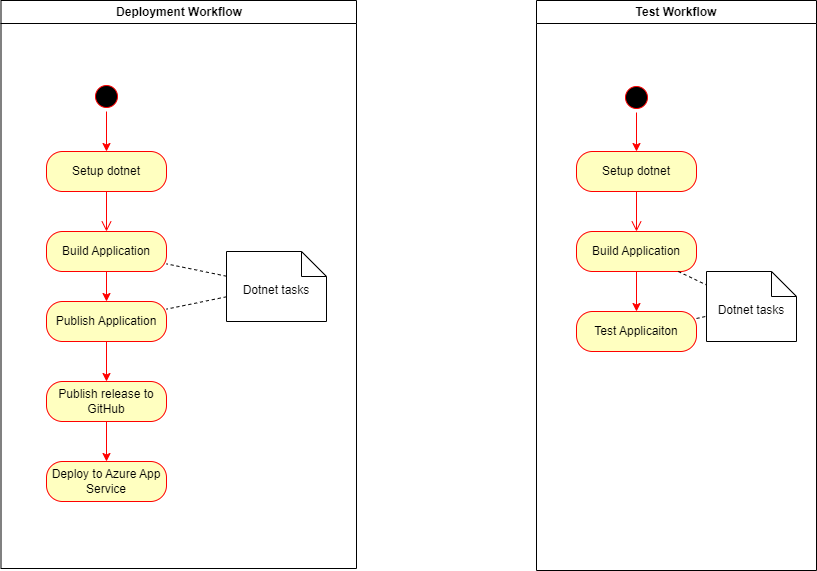
Earlier version of the draw.io export docs/images/WorkflowActivity.drawio.png (ITU-BDSA23-GROUP21/Chirp). Source tidied: cells renumbered, new cells last; positions are measured from the earlier drawing's top-left corner, leaving out a move shared by most shapes.
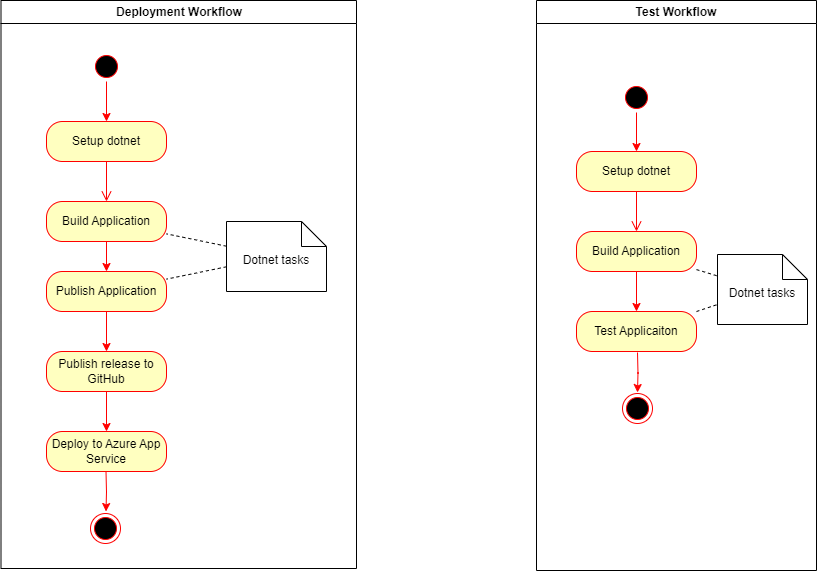
Above is the later version.

Change to the diagram source:
```diff
@@ -6,7 +6,7 @@
       <mxGeometry x="0.5" width="355.5" height="568" as="geometry" />
     </mxCell>
     <mxCell id="3" value="Setup dotnet" style="rounded=1;whiteSpace=wrap;html=1;arcSize=40;fontColor=#000000;fillColor=#ffffc0;strokeColor=#ff0000;" parent="2" vertex="1">
-      <mxGeometry x="45.5" y="151" width="120" height="40" as="geometry" />
+      <mxGeometry x="45.5" y="121" width="120" height="40" as="geometry" />
     </mxCell>
     <mxCell id="4" style="edgeStyle=orthogonalEdgeStyle;html=1;verticalAlign=bottom;endArrow=open;endSize=8;strokeColor=#ff0000;rounded=0;" parent="2" edge="1" source="3" target="6">
       <mxGeometry relative="1" as="geometry" />
@@ -15,22 +15,22 @@
       <mxGeometry relative="1" as="geometry" />
     </mxCell>
     <mxCell id="6" value="Build Application" style="rounded=1;whiteSpace=wrap;html=1;arcSize=40;fontColor=#000000;fillColor=#ffffc0;strokeColor=#ff0000;" parent="2" vertex="1">
-      <mxGeometry x="45.5" y="231" width="120" height="40" as="geometry" />
+      <mxGeometry x="45.5" y="201" width="120" height="40" as="geometry" />
     </mxCell>
     <mxCell id="7" value="Publish Application" style="rounded=1;whiteSpace=wrap;html=1;arcSize=40;fontColor=#000000;fillColor=#ffffc0;strokeColor=#ff0000;" parent="2" vertex="1">
-      <mxGeometry x="45.5" y="301" width="120" height="40" as="geometry" />
+      <mxGeometry x="45.5" y="271" width="120" height="40" as="geometry" />
     </mxCell>
     <mxCell id="8" value="Dotnet tasks" style="shape=note2;boundedLbl=1;whiteSpace=wrap;html=1;size=25;verticalAlign=top;align=center;" parent="2" vertex="1">
-      <mxGeometry x="225.5" y="251" width="100" height="70" as="geometry" />
+      <mxGeometry x="225.5" y="221" width="100" height="70" as="geometry" />
     </mxCell>
     <mxCell id="9" value="Publish release to GitHub" style="rounded=1;whiteSpace=wrap;html=1;arcSize=40;fontColor=#000000;fillColor=#ffffc0;strokeColor=#ff0000;" parent="2" vertex="1">
-      <mxGeometry x="45.5" y="381" width="120" height="40" as="geometry" />
+      <mxGeometry x="45.5" y="351" width="120" height="40" as="geometry" />
     </mxCell>
     <mxCell id="10" style="edgeStyle=orthogonalEdgeStyle;rounded=0;jettySize=auto;html=1;strokeColor=#FF0000;" parent="2" edge="1" source="7" target="9">
       <mxGeometry relative="1" as="geometry" />
     </mxCell>
     <mxCell id="11" value="Deploy to Azure App Service" style="rounded=1;whiteSpace=wrap;html=1;arcSize=40;fontColor=#000000;fillColor=#ffffc0;strokeColor=#ff0000;" parent="2" vertex="1">
-      <mxGeometry x="45.5" y="461" width="120" height="40" as="geometry" />
+      <mxGeometry x="45.5" y="431" width="120" height="40" as="geometry" />
     </mxCell>
     <mxCell id="12" style="edgeStyle=orthogonalEdgeStyle;rounded=0;jettySize=auto;html=1;strokeColor=#FF0000;" parent="2" edge="1" source="9" target="11">
       <mxGeometry relative="1" as="geometry" />
@@ -45,8 +45,17 @@
       <mxGeometry relative="1" as="geometry" />
     </mxCell>
     <mxCell id="16" style="ellipse;html=1;shape=startState;fillColor=#000000;strokeColor=#ff0000;" parent="2" vertex="1">
-      <mxGeometry x="90.5" y="81" width="30" height="30" as="geometry" />
+      <mxGeometry x="90.5" y="51" width="30" height="30" as="geometry" />
     </mxCell>
+    <mxCell id="28" style="ellipse;html=1;shape=endState;fillColor=#000000;strokeColor=#ff0000;" parent="2" vertex="1">
+      <mxGeometry x="89.5" y="513" width="30" height="30" as="geometry" />
+    </mxCell>
+    <mxCell id="29" style="edgeStyle=orthogonalEdgeStyle;rounded=0;orthogonalLoop=1;jettySize=auto;html=1;strokeColor=#FF0000;" parent="2" edge="1">
+      <mxGeometry relative="1" as="geometry">
+        <mxPoint x="105" y="471" as="sourcePoint" />
+        <mxPoint x="105" y="511" as="targetPoint" />
+      </mxGeometry>
+    </mxCell>
     <mxCell id="17" value="Test Workflow" style="swimlane;whiteSpace=wrap;fillColor=default;" parent="1" vertex="1">
       <mxGeometry x="536" width="280" height="570" as="geometry" />
     </mxCell>
@@ -72,7 +81,7 @@
       <mxGeometry x="40" y="311" width="120" height="40" as="geometry" />
     </mxCell>
     <mxCell id="25" value="Dotnet tasks" style="shape=note2;boundedLbl=1;whiteSpace=wrap;html=1;size=25;verticalAlign=top;align=center;" parent="17" vertex="1">
-      <mxGeometry x="170" y="271" width="90" height="70" as="geometry" />
+      <mxGeometry x="181" y="254" width="90" height="70" as="geometry" />
     </mxCell>
     <mxCell id="26" style="endArrow=none;dashed=1;html=1;rounded=0;" parent="17" edge="1" source="21" target="25">
       <mxGeometry relative="1" as="geometry" />
@@ -80,5 +89,14 @@
     <mxCell id="27" style="endArrow=none;dashed=1;html=1;rounded=0;" parent="17" edge="1" source="24" target="25">
       <mxGeometry relative="1" as="geometry" />
     </mxCell>
+    <mxCell id="30" style="ellipse;html=1;shape=endState;fillColor=#000000;strokeColor=#ff0000;" parent="17" vertex="1">
+      <mxGeometry x="86" y="393" width="30" height="30" as="geometry" />
+    </mxCell>
+    <mxCell id="31" style="edgeStyle=orthogonalEdgeStyle;rounded=0;orthogonalLoop=1;jettySize=auto;html=1;strokeColor=#FF0000;" parent="1" edge="1">
+      <mxGeometry relative="1" as="geometry">
+        <mxPoint x="637" y="352" as="sourcePoint" />
+        <mxPoint x="637" y="392" as="targetPoint" />
+      </mxGeometry>
+    </mxCell>
   </root>
 </mxGraphModel>
```
